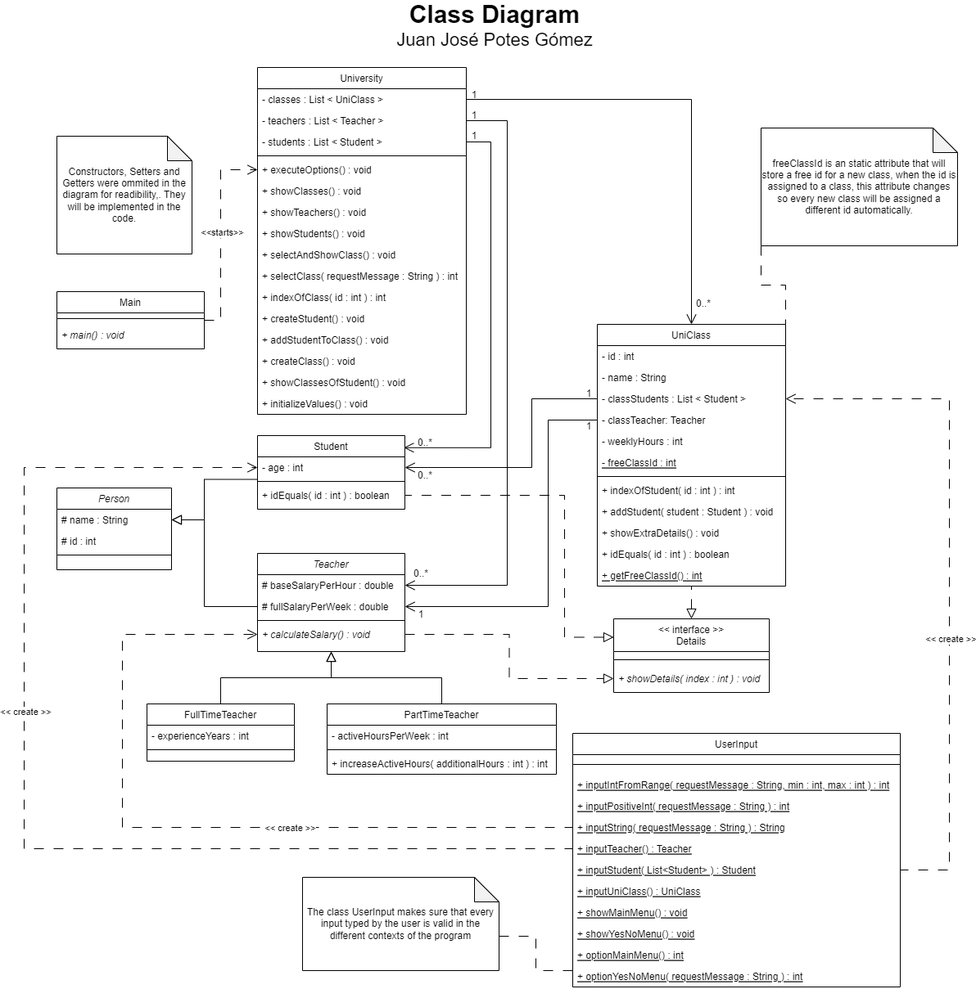
Above: ClassDiagram_Juan Potes.png in J-Potes-GLB/JuanPotes_ProjectUniversity (draw.io), before the change. Source tidied: cells renumbered, new cells last; positions are measured from the earlier drawing's top-left corner, leaving out a move shared by most shapes.
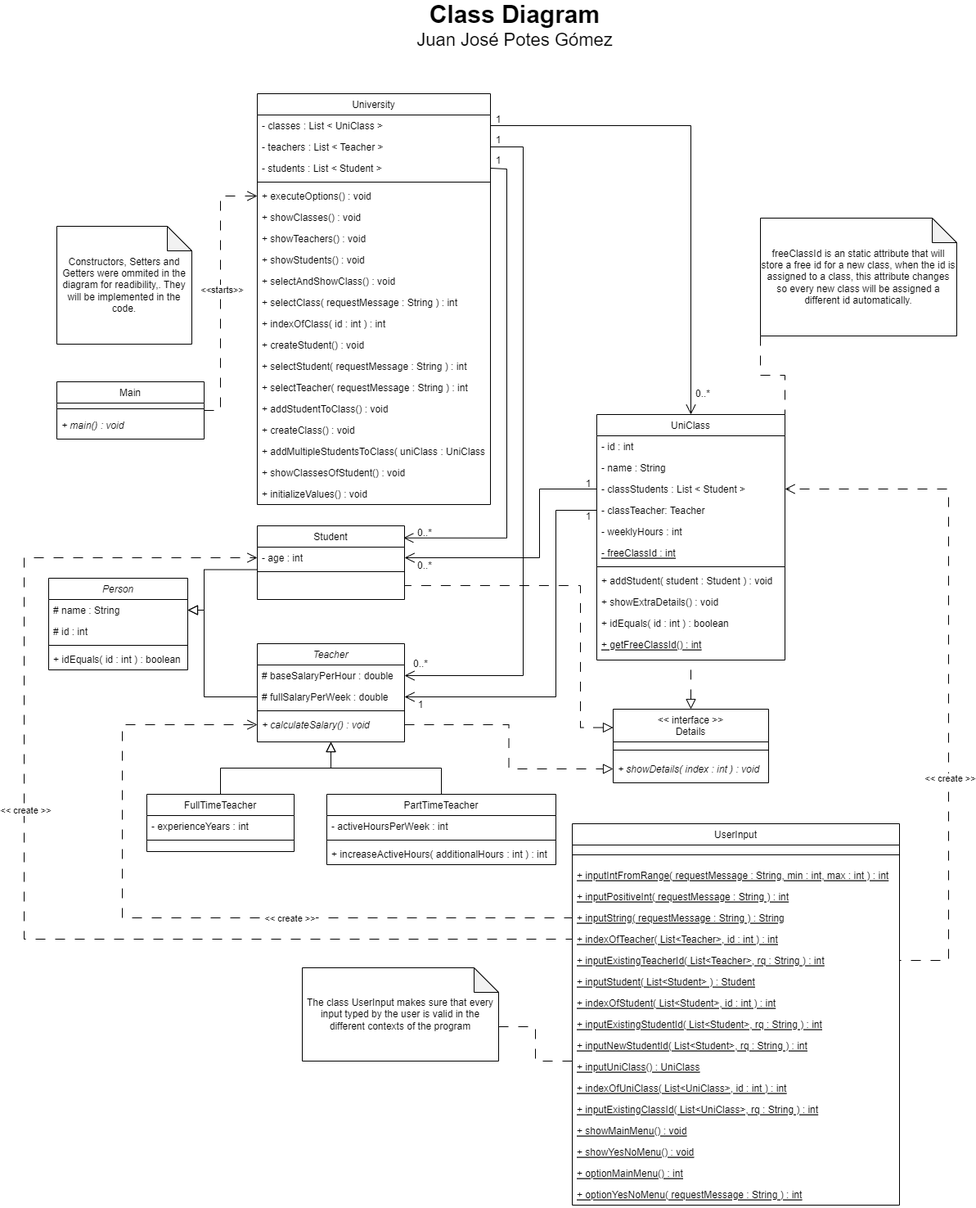
The same file after the commit.

Commit message:
Last diagram update with addiotional methods added

Change to the diagram source:
```diff
@@ -5,13 +5,16 @@
     <mxCell id="2" value="Person" style="swimlane;fontStyle=2;align=center;verticalAlign=top;horizontal=1;startSize=26;rounded=0;shadow=0;strokeWidth=1;" parent="1" vertex="1">
-      <mxGeometry x="40" y="580" width="140" height="100" as="geometry" />
+      <mxGeometry x="30" y="580" width="170" height="112" as="geometry" />
     </mxCell>
     <mxCell id="3" value="# name : String" style="text;align=left;verticalAlign=top;spacingLeft=4;spacingRight=4;overflow=hidden;points=[[0,0.5],[1,0.5]];portConstraint=eastwest;" parent="2" vertex="1">
-      <mxGeometry y="26" width="140" height="26" as="geometry" />
+      <mxGeometry y="26" width="170" height="26" as="geometry" />
     </mxCell>
     <mxCell id="4" value="# id : int" style="text;align=left;verticalAlign=top;spacingLeft=4;spacingRight=4;overflow=hidden;rounded=0;shadow=0;html=0;" parent="2" vertex="1">
-      <mxGeometry y="52" width="140" height="26" as="geometry" />
+      <mxGeometry y="52" width="170" height="26" as="geometry" />
     </mxCell>
     <mxCell id="5" style="line;html=1;strokeWidth=1;align=left;verticalAlign=middle;spacingTop=-1;spacingLeft=3;spacingRight=3;labelPosition=right;" parent="2" vertex="1">
-      <mxGeometry y="78" width="140" height="8" as="geometry" />
+      <mxGeometry y="78" width="170" height="8" as="geometry" />
     </mxCell>
+    <mxCell id="9" value="+ idEquals( id : int ) : boolean" style="text;align=left;verticalAlign=top;spacingLeft=4;spacingRight=4;overflow=hidden;points=[[0,0.5],[1,0.5]];portConstraint=eastwest;fontStyle=0;" parent="2" vertex="1">
+      <mxGeometry y="86" width="170" height="26" as="geometry" />
+    </mxCell>
     <mxCell id="6" value="Student" style="swimlane;fontStyle=0;align=center;verticalAlign=top;horizontal=1;startSize=26;rounded=0;shadow=0;strokeWidth=1;" parent="1" vertex="1">
@@ -25,5 +28,2 @@
     </mxCell>
-    <mxCell id="9" value="+ idEquals( id : int ) : boolean" style="text;align=left;verticalAlign=top;spacingLeft=4;spacingRight=4;overflow=hidden;points=[[0,0.5],[1,0.5]];portConstraint=eastwest;fontStyle=0;" parent="6" vertex="1">
-      <mxGeometry y="60" width="180" height="26" as="geometry" />
-    </mxCell>
     <mxCell id="10" value="Teacher" style="swimlane;fontStyle=2;align=center;verticalAlign=top;horizontal=1;startSize=26;rounded=0;shadow=0;strokeWidth=1;" parent="1" vertex="1">
@@ -44,51 +44,60 @@
     <mxCell id="15" value="University" style="swimlane;fontStyle=0;align=center;verticalAlign=top;horizontal=1;startSize=26;rounded=0;shadow=0;strokeWidth=1;" parent="1" vertex="1">
-      <mxGeometry x="285" y="66" width="255" height="424" as="geometry" />
+      <mxGeometry x="285" y="-12" width="285" height="502" as="geometry" />
     </mxCell>
     <mxCell id="16" value="- classes : List &lt; UniClass &gt;" style="text;align=left;verticalAlign=top;spacingLeft=4;spacingRight=4;overflow=hidden;points=[[0,0.5],[1,0.5]];portConstraint=eastwest;rounded=0;shadow=0;html=0;" parent="15" vertex="1">
-      <mxGeometry y="26" width="255" height="26" as="geometry" />
+      <mxGeometry y="26" width="285" height="26" as="geometry" />
     </mxCell>
     <mxCell id="17" value="- teachers : List &lt; Teacher &gt;" style="text;align=left;verticalAlign=top;spacingLeft=4;spacingRight=4;overflow=hidden;points=[[0,0.5],[1,0.5]];portConstraint=eastwest;" parent="15" vertex="1">
-      <mxGeometry y="52" width="255" height="26" as="geometry" />
+      <mxGeometry y="52" width="285" height="26" as="geometry" />
     </mxCell>
     <mxCell id="18" value="- students : List &lt; Student &gt;" style="text;align=left;verticalAlign=top;spacingLeft=4;spacingRight=4;overflow=hidden;points=[[0,0.5],[1,0.5]];portConstraint=eastwest;rounded=0;shadow=0;html=0;" parent="15" vertex="1">
-      <mxGeometry y="78" width="255" height="26" as="geometry" />
+      <mxGeometry y="78" width="285" height="26" as="geometry" />
     </mxCell>
     <mxCell id="19" style="line;html=1;strokeWidth=1;align=left;verticalAlign=middle;spacingTop=-1;spacingLeft=3;spacingRight=3;labelPosition=right;" parent="15" vertex="1">
-      <mxGeometry y="104" width="255" height="8" as="geometry" />
+      <mxGeometry y="104" width="285" height="8" as="geometry" />
     </mxCell>
     <mxCell id="20" value="+ executeOptions() : void" style="text;align=left;verticalAlign=top;spacingLeft=4;spacingRight=4;overflow=hidden;points=[[0,0.5],[1,0.5]];portConstraint=eastwest;" parent="15" vertex="1">
-      <mxGeometry y="112" width="255" height="26" as="geometry" />
+      <mxGeometry y="112" width="285" height="26" as="geometry" />
     </mxCell>
     <mxCell id="21" value="+ showClasses() : void" style="text;align=left;verticalAlign=top;spacingLeft=4;spacingRight=4;overflow=hidden;" parent="15" vertex="1">
-      <mxGeometry y="138" width="255" height="26" as="geometry" />
+      <mxGeometry y="138" width="285" height="26" as="geometry" />
     </mxCell>
     <mxCell id="22" value="+ showTeachers() : void" style="text;align=left;verticalAlign=top;spacingLeft=4;spacingRight=4;overflow=hidden;" parent="15" vertex="1">
-      <mxGeometry y="164" width="255" height="26" as="geometry" />
+      <mxGeometry y="164" width="285" height="26" as="geometry" />
     </mxCell>
     <mxCell id="23" value="+ showStudents() : void" style="text;align=left;verticalAlign=top;spacingLeft=4;spacingRight=4;overflow=hidden;" parent="15" vertex="1">
-      <mxGeometry y="190" width="255" height="26" as="geometry" />
+      <mxGeometry y="190" width="285" height="26" as="geometry" />
     </mxCell>
     <mxCell id="24" value="+ selectAndShowClass() : void" style="text;align=left;verticalAlign=top;spacingLeft=4;spacingRight=4;overflow=hidden;" parent="15" vertex="1">
-      <mxGeometry y="216" width="255" height="26" as="geometry" />
+      <mxGeometry y="216" width="285" height="26" as="geometry" />
     </mxCell>
     <mxCell id="25" value="+ selectClass( requestMessage : String ) : int" style="text;align=left;verticalAlign=top;spacingLeft=4;spacingRight=4;overflow=hidden;" parent="15" vertex="1">
-      <mxGeometry y="242" width="255" height="26" as="geometry" />
+      <mxGeometry y="242" width="285" height="26" as="geometry" />
     </mxCell>
     <mxCell id="26" value="+ indexOfClass( id : int ) : int" style="text;align=left;verticalAlign=top;spacingLeft=4;spacingRight=4;overflow=hidden;" parent="15" vertex="1">
-      <mxGeometry y="268" width="255" height="26" as="geometry" />
+      <mxGeometry y="268" width="285" height="26" as="geometry" />
     </mxCell>
     <mxCell id="27" value="+ createStudent() : void" style="text;align=left;verticalAlign=top;spacingLeft=4;spacingRight=4;overflow=hidden;" parent="15" vertex="1">
-      <mxGeometry y="294" width="255" height="26" as="geometry" />
+      <mxGeometry y="294" width="285" height="26" as="geometry" />
     </mxCell>
+    <mxCell id="107" value="+ selectStudent( requestMessage : String ) : int" style="text;align=left;verticalAlign=top;spacingLeft=4;spacingRight=4;overflow=hidden;" parent="15" vertex="1">
+      <mxGeometry y="320" width="285" height="26" as="geometry" />
+    </mxCell>
+    <mxCell id="108" value="+ selectTeacher( requestMessage : String ) : int" style="text;align=left;verticalAlign=top;spacingLeft=4;spacingRight=4;overflow=hidden;" parent="15" vertex="1">
+      <mxGeometry y="346" width="285" height="26" as="geometry" />
+    </mxCell>
     <mxCell id="28" value="+ addStudentToClass() : void" style="text;align=left;verticalAlign=top;spacingLeft=4;spacingRight=4;overflow=hidden;" parent="15" vertex="1">
-      <mxGeometry y="320" width="255" height="26" as="geometry" />
+      <mxGeometry y="372" width="285" height="26" as="geometry" />
     </mxCell>
     <mxCell id="29" value="+ createClass() : void" style="text;align=left;verticalAlign=top;spacingLeft=4;spacingRight=4;overflow=hidden;" parent="15" vertex="1">
-      <mxGeometry y="346" width="255" height="26" as="geometry" />
+      <mxGeometry y="398" width="285" height="26" as="geometry" />
     </mxCell>
+    <mxCell id="109" value="+ addMultipleStudentsToClass( uniClass : UniClass ) : void" style="text;align=left;verticalAlign=top;spacingLeft=4;spacingRight=4;overflow=hidden;" parent="15" vertex="1">
+      <mxGeometry y="424" width="285" height="26" as="geometry" />
+    </mxCell>
     <mxCell id="30" value="+ showClassesOfStudent() : void" style="text;align=left;verticalAlign=top;spacingLeft=4;spacingRight=4;overflow=hidden;" parent="15" vertex="1">
-      <mxGeometry y="372" width="255" height="26" as="geometry" />
+      <mxGeometry y="450" width="285" height="26" as="geometry" />
     </mxCell>
     <mxCell id="31" value="+ initializeValues() : void" style="text;align=left;verticalAlign=top;spacingLeft=4;spacingRight=4;overflow=hidden;" parent="15" vertex="1">
-      <mxGeometry y="398" width="255" height="26" as="geometry" />
+      <mxGeometry y="476" width="285" height="26" as="geometry" />
     </mxCell>
@@ -140,4 +149,5 @@
         <Array as="points">
-          <mxPoint x="570" y="157" />
-          <mxPoint x="570" y="531" />
+          <mxPoint x="570" y="80" />
+          <mxPoint x="590" y="80" />
+          <mxPoint x="590" y="531" />
         </Array>
@@ -148,4 +158,4 @@
         <Array as="points">
-          <mxPoint x="590" y="131" />
-          <mxPoint x="590" y="699" />
+          <mxPoint x="610" y="53" />
+          <mxPoint x="610" y="699" />
         </Array>
@@ -154,3 +164,3 @@
     <mxCell id="45" value="UniClass" style="swimlane;fontStyle=0;align=center;verticalAlign=top;horizontal=1;startSize=26;rounded=0;shadow=0;strokeWidth=1;" parent="1" vertex="1">
-      <mxGeometry x="700" y="380" width="230" height="320" as="geometry" />
+      <mxGeometry x="700" y="380" width="230" height="300" as="geometry" />
     </mxCell>
@@ -177,16 +187,13 @@
     </mxCell>
-    <mxCell id="53" value="+ indexOfStudent( id : int ) : int" style="text;align=left;verticalAlign=top;spacingLeft=4;spacingRight=4;overflow=hidden;" parent="45" vertex="1">
-      <mxGeometry y="190" width="230" height="26" as="geometry" />
-    </mxCell>
     <mxCell id="54" value="+ addStudent( student : Student ) : void" style="text;align=left;verticalAlign=top;spacingLeft=4;spacingRight=4;overflow=hidden;" parent="45" vertex="1">
-      <mxGeometry y="216" width="230" height="26" as="geometry" />
+      <mxGeometry y="190" width="230" height="26" as="geometry" />
     </mxCell>
     <mxCell id="55" value="+ showExtraDetails() : void" style="text;align=left;verticalAlign=top;spacingLeft=4;spacingRight=4;overflow=hidden;" parent="45" vertex="1">
-      <mxGeometry y="242" width="230" height="26" as="geometry" />
+      <mxGeometry y="216" width="230" height="26" as="geometry" />
     </mxCell>
     <mxCell id="56" value="+ idEquals( id : int ) : boolean" style="text;align=left;verticalAlign=top;spacingLeft=4;spacingRight=4;overflow=hidden;" parent="45" vertex="1">
-      <mxGeometry y="268" width="230" height="26" as="geometry" />
+      <mxGeometry y="242" width="230" height="26" as="geometry" />
     </mxCell>
     <mxCell id="57" value="+ getFreeClassId() : int" style="text;align=left;verticalAlign=top;spacingLeft=4;spacingRight=4;overflow=hidden;fontStyle=4;" parent="45" vertex="1">
-      <mxGeometry y="294" width="230" height="26" as="geometry" />
+      <mxGeometry y="268" width="230" height="26" as="geometry" />
     </mxCell>
@@ -195,3 +202,3 @@
         <Array as="points">
-          <mxPoint x="815" y="105" />
+          <mxPoint x="815" y="27" />
         </Array>
@@ -202,4 +209,4 @@
         <Array as="points">
-          <mxPoint x="620" y="471" />
-          <mxPoint x="620" y="555" />
+          <mxPoint x="630" y="471" />
+          <mxPoint x="630" y="555" />
         </Array>
@@ -210,4 +217,4 @@
         <Array as="points">
-          <mxPoint x="640" y="497" />
-          <mxPoint x="640" y="725" />
+          <mxPoint x="650" y="497" />
+          <mxPoint x="650" y="725" />
         </Array>
@@ -216,3 +223,3 @@
     <mxCell id="61" value="UserInput" style="swimlane;fontStyle=0;align=center;verticalAlign=top;horizontal=1;startSize=26;rounded=0;shadow=0;strokeWidth=1;" parent="1" vertex="1">
-      <mxGeometry x="670" y="880" width="400" height="310" as="geometry" />
+      <mxGeometry x="670" y="880" width="400" height="466" as="geometry" />
     </mxCell>
@@ -230,22 +237,40 @@
     </mxCell>
-    <mxCell id="66" value="+ inputTeacher() : Teacher" style="text;align=left;verticalAlign=top;spacingLeft=4;spacingRight=4;overflow=hidden;points=[[0,0.5],[1,0.5]];portConstraint=eastwest;fontStyle=4;" parent="61" vertex="1">
+    <mxCell id="66" value="+ indexOfTeacher( List&lt;Teacher&gt;, id : int ) : int" style="text;align=left;verticalAlign=top;spacingLeft=4;spacingRight=4;overflow=hidden;points=[[0,0.5],[1,0.5]];portConstraint=eastwest;fontStyle=4;" parent="61" vertex="1">
       <mxGeometry y="128" width="400" height="26" as="geometry" />
     </mxCell>
+    <mxCell id="110" value="+ inputExistingTeacherId( List&lt;Teacher&gt;, rq : String ) : int" style="text;align=left;verticalAlign=top;spacingLeft=4;spacingRight=4;overflow=hidden;fontStyle=4;" parent="61" vertex="1">
+      <mxGeometry y="154" width="400" height="26" as="geometry" />
+    </mxCell>
     <mxCell id="67" value="+ inputStudent( List&lt;Student&gt; ) : Student" style="text;align=left;verticalAlign=top;spacingLeft=4;spacingRight=4;overflow=hidden;points=[[0,0.5],[1,0.5]];portConstraint=eastwest;fontStyle=4;" parent="61" vertex="1">
-      <mxGeometry y="154" width="400" height="26" as="geometry" />
+      <mxGeometry y="180" width="400" height="26" as="geometry" />
     </mxCell>
+    <mxCell id="111" value="+ indexOfStudent( List&lt;Student&gt;, id : int ) : int" style="text;align=left;verticalAlign=top;spacingLeft=4;spacingRight=4;overflow=hidden;fontStyle=4;" parent="61" vertex="1">
+      <mxGeometry y="206" width="400" height="26" as="geometry" />
+    </mxCell>
+    <mxCell id="112" value="+ inputExistingStudentId( List&lt;Student&gt;, rq : String ) : int" style="text;align=left;verticalAlign=top;spacingLeft=4;spacingRight=4;overflow=hidden;fontStyle=4;" parent="61" vertex="1">
+      <mxGeometry y="232" width="400" height="26" as="geometry" />
+    </mxCell>
+    <mxCell id="113" value="+ inputNewStudentId( List&lt;Student&gt;, rq : String ) : int" style="text;align=left;verticalAlign=top;spacingLeft=4;spacingRight=4;overflow=hidden;fontStyle=4;" parent="61" vertex="1">
+      <mxGeometry y="258" width="400" height="26" as="geometry" />
+    </mxCell>
     <mxCell id="68" value="+ inputUniClass() : UniClass" style="text;align=left;verticalAlign=top;spacingLeft=4;spacingRight=4;overflow=hidden;points=[[0,0.5],[1,0.5]];portConstraint=eastwest;fontStyle=4;" parent="61" vertex="1">
-      <mxGeometry y="180" width="400" height="26" as="geometry" />
+      <mxGeometry y="284" width="400" height="26" as="geometry" />
     </mxCell>
+    <mxCell id="114" value="+ indexOfUniClass( List&lt;UniClass&gt;, id : int ) : int" style="text;align=left;verticalAlign=top;spacingLeft=4;spacingRight=4;overflow=hidden;fontStyle=4;" parent="61" vertex="1">
+      <mxGeometry y="310" width="400" height="26" as="geometry" />
+    </mxCell>
+    <mxCell id="115" value="+ inputExistingClassId( List&lt;UniClass&gt;, rq : String ) : int" style="text;align=left;verticalAlign=top;spacingLeft=4;spacingRight=4;overflow=hidden;fontStyle=4;" parent="61" vertex="1">
+      <mxGeometry y="336" width="400" height="26" as="geometry" />
+    </mxCell>
     <mxCell id="69" value="+ showMainMenu() : void" style="text;align=left;verticalAlign=top;spacingLeft=4;spacingRight=4;overflow=hidden;fontStyle=4;" parent="61" vertex="1">
-      <mxGeometry y="206" width="400" height="26" as="geometry" />
+      <mxGeometry y="362" width="400" height="26" as="geometry" />
     </mxCell>
     <mxCell id="70" value="+ showYesNoMenu() : void" style="text;align=left;verticalAlign=top;spacingLeft=4;spacingRight=4;overflow=hidden;fontStyle=4;" parent="61" vertex="1">
-      <mxGeometry y="232" width="400" height="26" as="geometry" />
+      <mxGeometry y="388" width="400" height="26" as="geometry" />
     </mxCell>
     <mxCell id="71" value="+ optionMainMenu() : int" style="text;align=left;verticalAlign=top;spacingLeft=4;spacingRight=4;overflow=hidden;fontStyle=4;" parent="61" vertex="1">
-      <mxGeometry y="258" width="400" height="26" as="geometry" />
+      <mxGeometry y="414" width="400" height="26" as="geometry" />
     </mxCell>
     <mxCell id="72" value="+ optionYesNoMenu( requestMessage : String ) : int" style="text;align=left;verticalAlign=top;spacingLeft=4;spacingRight=4;overflow=hidden;fontStyle=4;" parent="61" vertex="1">
-      <mxGeometry y="284" width="400" height="26" as="geometry" />
+      <mxGeometry y="440" width="400" height="26" as="geometry" />
     </mxCell>
@@ -290,7 +315,8 @@
     </mxCell>
-    <mxCell id="81" style="edgeStyle=orthogonalEdgeStyle;rounded=0;jettySize=auto;html=1;exitX=0;exitY=0.25;exitDx=0;exitDy=0;entryX=1;entryY=0.5;entryDx=0;entryDy=0;endSize=0;endArrow=none;endFill=0;dashed=1;dashPattern=12 12;startArrow=block;startFill=0;targetPerimeterSpacing=0;startSize=10;" parent="1" edge="1" source="82" target="9">
+    <mxCell id="81" style="edgeStyle=orthogonalEdgeStyle;rounded=0;jettySize=auto;html=1;exitX=0;exitY=0.25;exitDx=0;exitDy=0;entryX=1;entryY=0.5;entryDx=0;entryDy=0;endSize=0;endArrow=none;endFill=0;dashed=1;dashPattern=12 12;startArrow=block;startFill=0;targetPerimeterSpacing=0;startSize=10;" parent="1" edge="1" source="82">
       <mxGeometry relative="1" as="geometry">
+        <mxPoint x="465" y="589" as="targetPoint" />
         <Array as="points">
-          <mxPoint x="660" y="762" />
-          <mxPoint x="660" y="589" />
+          <mxPoint x="680" y="763" />
+          <mxPoint x="680" y="589" />
         </Array>
@@ -329,9 +355,9 @@
     <mxCell id="92" value="1" style="text;strokeColor=none;align=center;fillColor=none;html=1;verticalAlign=middle;whiteSpace=wrap;rounded=0;" parent="1" vertex="1">
-      <mxGeometry x="530" y="140" width="40" height="20" as="geometry" />
+      <mxGeometry x="560" y="60" width="40" height="20" as="geometry" />
     </mxCell>
     <mxCell id="93" value="1" style="text;strokeColor=none;align=center;fillColor=none;html=1;verticalAlign=middle;whiteSpace=wrap;rounded=0;" parent="1" vertex="1">
-      <mxGeometry x="530" y="120" width="40" height="10" as="geometry" />
+      <mxGeometry x="560" y="40" width="40" height="10" as="geometry" />
     </mxCell>
     <mxCell id="94" value="1" style="text;strokeColor=none;align=center;fillColor=none;html=1;verticalAlign=middle;whiteSpace=wrap;rounded=0;" parent="1" vertex="1">
-      <mxGeometry x="530" y="90" width="40" height="20" as="geometry" />
+      <mxGeometry x="560" y="10" width="40" height="20" as="geometry" />
     </mxCell>
@@ -350,3 +376,3 @@
     <mxCell id="99" value="&lt;font style=&quot;&quot;&gt;&lt;b style=&quot;&quot;&gt;&lt;font style=&quot;font-size: 30px;&quot;&gt;Class Diagram&lt;/font&gt;&lt;/b&gt;&lt;br&gt;&lt;span style=&quot;font-size: 22px;&quot;&gt;Juan José Potes Gómez&lt;/span&gt;&lt;/font&gt;" style="text;strokeColor=none;align=center;fillColor=none;html=1;verticalAlign=middle;whiteSpace=wrap;rounded=0;" parent="1" vertex="1">
-      <mxGeometry x="440" width="270" height="30" as="geometry" />
+      <mxGeometry x="465" y="-110" width="270" height="30" as="geometry" />
     </mxCell>
@@ -356,3 +382,3 @@
           <mxPoint x="240" y="375" />
-          <mxPoint x="240" y="191" />
+          <mxPoint x="240" y="113" />
         </Array>
```
